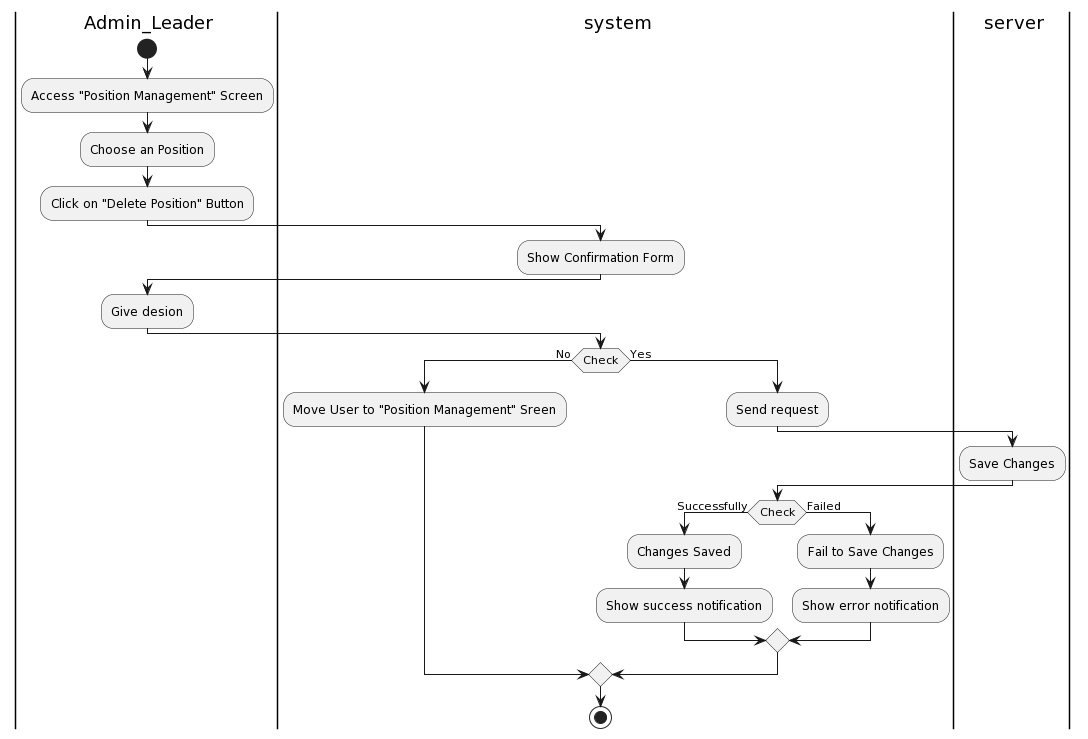
Before: Lab1/Lab1.2/Activity Diagram/SystemManagement/PositionManagement/DeletePosition/DeletePosition.png, a diagram exported from PlantUML (khoapham1003/SE357-Pratice-class).
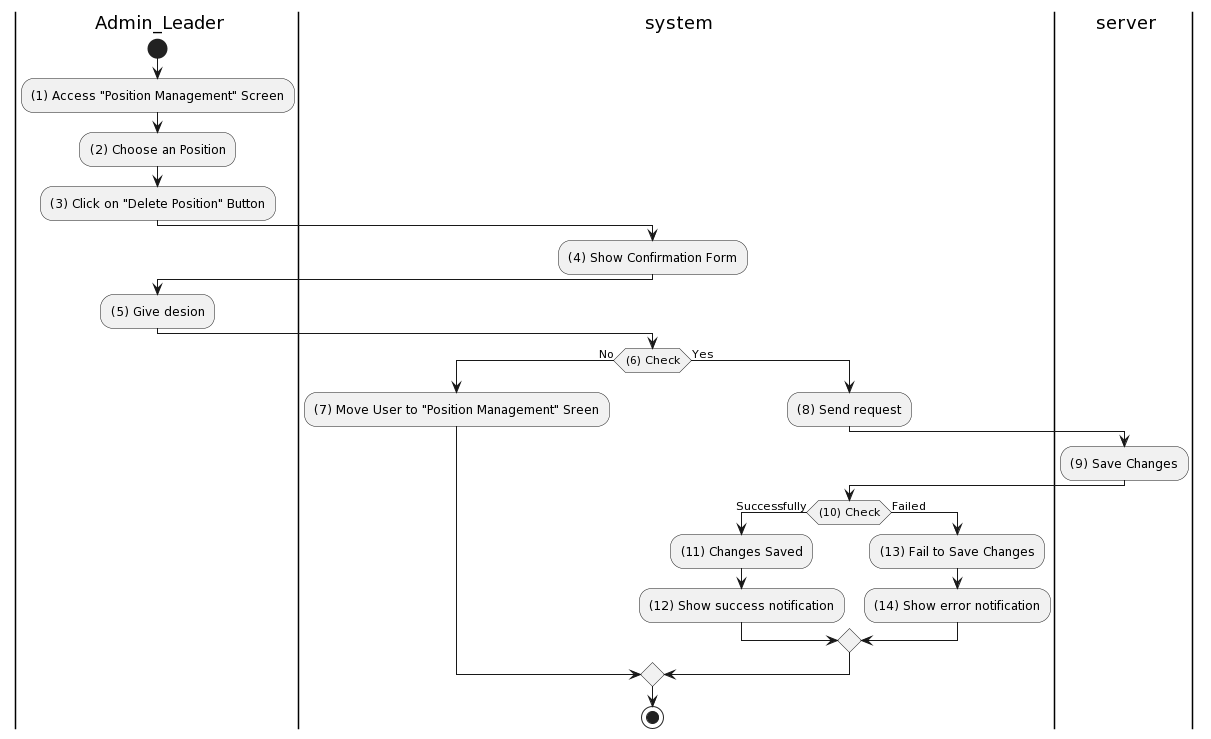
After the change.

What changed in the source:
```diff
@@ -4,28 +4,27 @@
 |ser| server
 |a|
 start
-:Access "Position Management" Screen;
-:Choose an Position;
-:Click on "Delete Position" Button;
+:(1) Access "Position Management" Screen;
+:(2) Choose an Position;
+:(3) Click on "Delete Position" Button;
 |sys|
-:Show Confirmation Form;
+:(4) Show Confirmation Form;
 |a|
-:Give desion;
+:(5) Give desion;
 |sys|
-if (Check) then (No)
-:Move User to "Position Management" Sreen;
+if ((6) Check) then (No)
+:(7) Move User to "Position Management" Sreen;
 else (Yes)
+:(8) Send request;
+|ser|
+:(9) Save Changes;
 |sys|
-:Send request;
-|ser|
-:Save Changes;
-|sys|
-if(Check) then (Successfully)
-:Changes Saved;
-:Show success notification;
+if((10) Check) then (Successfully)
+:(11) Changes Saved;
+:(12) Show success notification;
 else (Failed)
-:Fail to Save Changes;
-:Show error notification;
+:(13) Fail to Save Changes;
+:(14) Show error notification;
 endif
 endif
 stop
```
